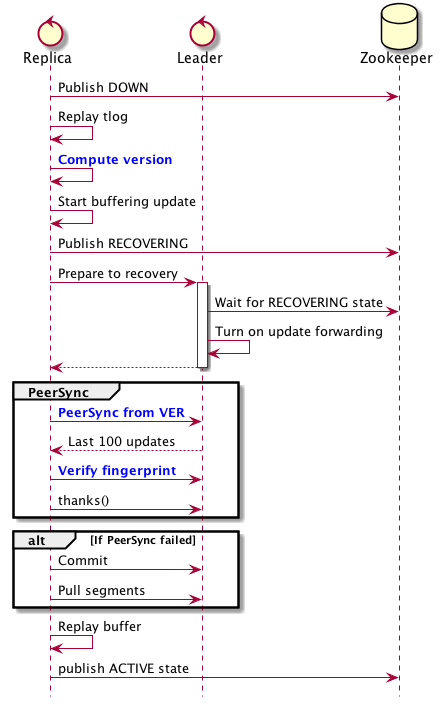
Before: recovery.png, a diagram exported from PlantUML (manokovacs/solr-internals). The source it was exported from:
```plantuml
@startuml
hide footbox
control "Replica" as replica
control "Leader" as leader
database "Zookeeper" as zk


replica->zk: Publish DOWN
replica->replica: Replay tlog
replica->replica: <b><font color=blue>Compute version
replica->replica: Start buffering update
replica->zk: Publish RECOVERING
replica->leader: Prepare to recovery
activate leader
leader->zk: Wait for RECOVERING state
leader->leader: Turn on update forwarding
leader-->replica:
deactivate leader
group PeerSync
replica->leader: <b><font color=blue>PeerSync from VER
leader-->replica: Last 100 updates
replica->leader: <b><font color=blue>Verify fingerprint
replica->leader: thanks()
end
alt If PeerSync failed
    replica->leader: Commit
    replica->leader:Pull segments
end



replica->replica: Replay buffer
replica->zk: publish ACTIVE state
@enduml
```
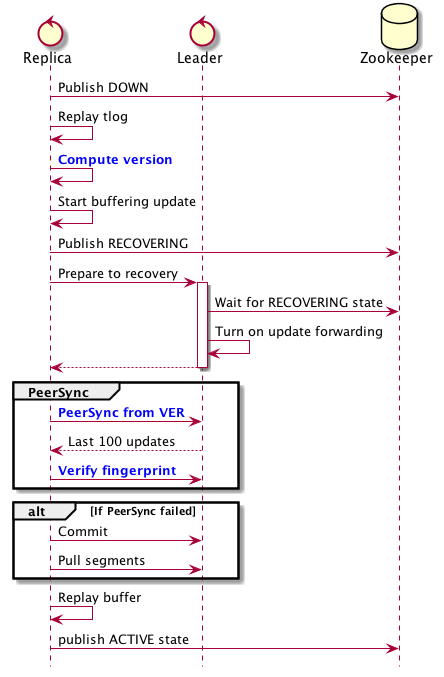
The same diagram one commit later.

Commit message:
Remove sample "thanks()"

What changed in the source:
```diff
@@ -20,7 +20,6 @@
 replica->leader: <b><font color=blue>PeerSync from VER
 leader-->replica: Last 100 updates
 replica->leader: <b><font color=blue>Verify fingerprint
-replica->leader: thanks()
 end
 alt If PeerSync failed
     replica->leader: Commit
```
